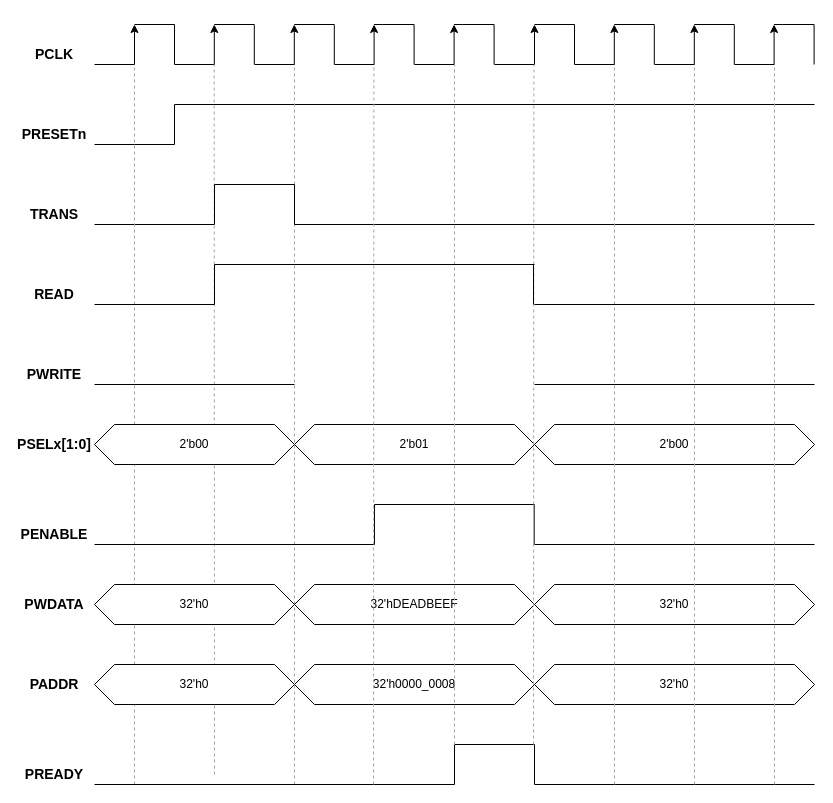
Above: page "READ TRANS WITHOUT WAITING" (4 of 9) of APB.drawio in 106210049/AMBA-APB (draw.io), before the change. Source tidied: cells renumbered, new cells numbered last; positions are measured from the earlier drawing's top-left corner, leaving out a move shared by most shapes. Both pictures are drawn from the tidied source at 100%, with x=0, y=0 at pixel (24, 24).
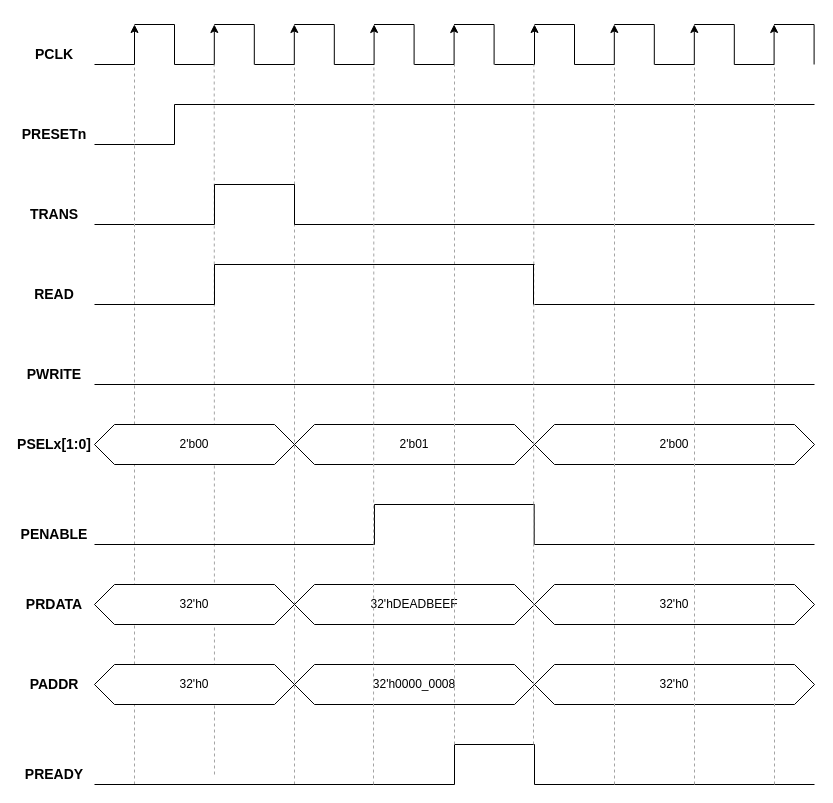
After the change.

What changed in the source:
```diff
@@
     <mxCell id="54" style="endArrow=none;html=1;rounded=0;" parent="1" edge="1">
       <mxGeometry relative="1" as="geometry">
-        <mxPoint x="510" y="360" as="sourcePoint" />
+        <mxPoint x="70" y="360" as="sourcePoint" />
         <mxPoint x="790" y="360" as="targetPoint" />
       </mxGeometry>
     </mxCell>
-    <mxCell id="55" style="endArrow=none;html=1;rounded=0;" parent="1" edge="1">
-      <mxGeometry relative="1" as="geometry">
-        <mxPoint x="70" y="360" as="sourcePoint" />
-        <mxPoint x="270" y="360" as="targetPoint" />
-      </mxGeometry>
-    </mxCell>
@@
-    <mxCell id="69" value="&lt;span style=&quot;font-size: 14px;&quot;&gt;&lt;b&gt;PWDATA&lt;/b&gt;&lt;/span&gt;" style="text;html=1;whiteSpace=wrap;strokeColor=none;fillColor=none;align=center;verticalAlign=middle;rounded=0;" parent="1" vertex="1">
+    <mxCell id="69" value="&lt;span style=&quot;font-size: 14px;&quot;&gt;&lt;b&gt;PRDATA&lt;/b&gt;&lt;/span&gt;" style="text;html=1;whiteSpace=wrap;strokeColor=none;fillColor=none;align=center;verticalAlign=middle;rounded=0;" parent="1" vertex="1">
       <mxGeometry y="570" width="60" height="20" as="geometry" />
     </mxCell>
```
